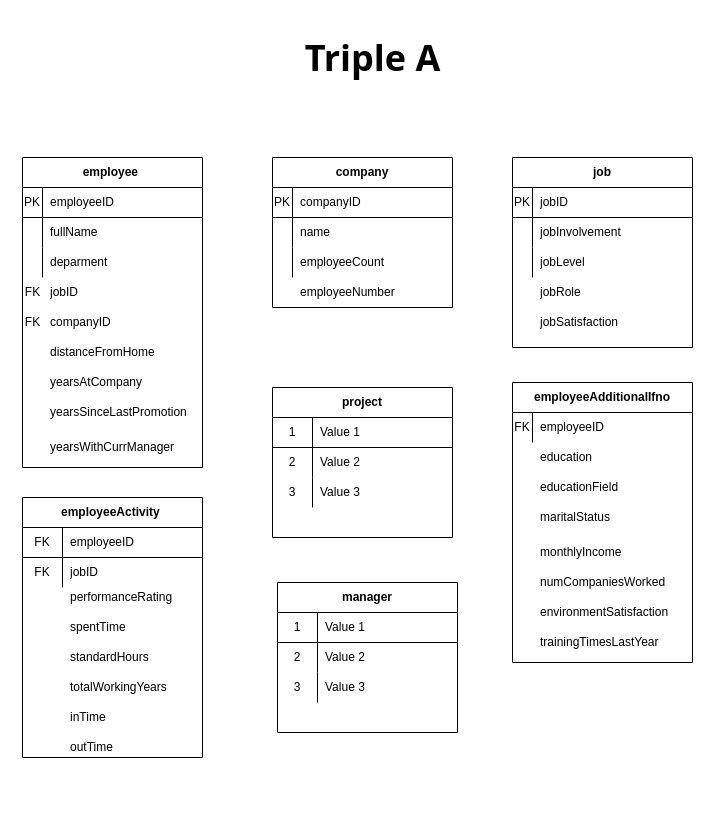
Above: data/ActivMonitoring.drawio in s3rikbaeva/Activ-monitoring (draw.io), before the change. Source tidied: cells renumbered, new cells numbered last; positions are measured from the earlier drawing's top-left corner, leaving out a move shared by most shapes. Both pictures are drawn from the tidied source at 100%, with x=0, y=0 at pixel (17, 17).
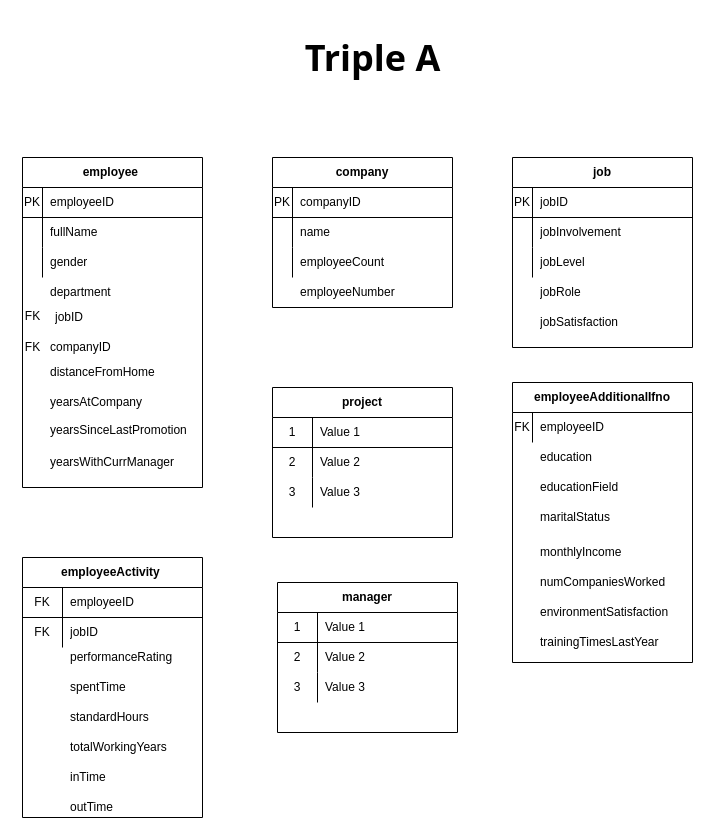
After the change.

Unchanged cells that the change refers to:
```xml
<mxCell id="9" style="shape=partialRectangle;html=1;whiteSpace=wrap;fillColor=none;top=0;left=0;bottom=0;right=0;" parent="2" vertex="1">
  <mxGeometry y="90" width="180" height="30" as="geometry" />
</mxCell>
```

Diff of the diagram source:
```diff
@@
     <mxCell id="2" value="employee&amp;nbsp;" style="shape=table;html=1;whiteSpace=wrap;startSize=30;childLayout=tableLayout;rowLines=0;fontStyle=1;align=center;" parent="1" vertex="1">
-      <mxGeometry x="5" y="140" width="180" height="310" as="geometry" />
+      <mxGeometry x="5" y="140" width="180" height="330" as="geometry" />
     </mxCell>
@@
-    <mxCell id="11" value="deparment&amp;nbsp;" style="shape=partialRectangle;html=1;whiteSpace=wrap;fillColor=none;top=0;left=0;bottom=0;right=0;align=left;spacingLeft=6;overflow=hidden;" parent="9" vertex="1">
+    <mxCell id="11" value="gender" style="shape=partialRectangle;html=1;whiteSpace=wrap;fillColor=none;top=0;left=0;bottom=0;right=0;align=left;spacingLeft=6;overflow=hidden;" parent="9" vertex="1">
       <mxGeometry x="20" width="160" height="30" as="geometry" />
     </mxCell>
@@
     <mxCell id="38" style="shape=partialRectangle;html=1;whiteSpace=wrap;fillColor=none;top=0;left=0;bottom=0;right=0;align=left;spacingLeft=6;overflow=hidden;" parent="1" vertex="1">
-      <mxGeometry x="30" y="265" width="160" height="30" as="geometry" />
+      <mxGeometry x="30" y="280" width="160" height="15" as="geometry" />
     </mxCell>
     <mxCell id="39" value="distanceFromHome" style="shape=partialRectangle;html=1;whiteSpace=wrap;fillColor=none;top=0;left=0;bottom=0;right=0;align=left;spacingLeft=6;overflow=hidden;" parent="1" vertex="1">
-      <mxGeometry x="25" y="320" width="160" height="30" as="geometry" />
+      <mxGeometry x="25" y="345" width="160" height="20" as="geometry" />
     </mxCell>
@@
     <mxCell id="50" value="performanceRating" style="shape=partialRectangle;html=1;whiteSpace=wrap;fillColor=none;top=0;left=0;bottom=0;right=0;align=left;spacingLeft=6;overflow=hidden;" parent="1" vertex="1">
-      <mxGeometry x="45" y="570" width="160" height="20" as="geometry" />
+      <mxGeometry x="45" y="630" width="160" height="20" as="geometry" />
     </mxCell>
     <mxCell id="51" value="standardHours" style="shape=partialRectangle;html=1;whiteSpace=wrap;fillColor=none;top=0;left=0;bottom=0;right=0;align=left;spacingLeft=6;overflow=hidden;" parent="1" vertex="1">
-      <mxGeometry x="45" y="630" width="160" height="20" as="geometry" />
+      <mxGeometry x="45" y="690" width="160" height="20" as="geometry" />
     </mxCell>
     <mxCell id="52" value="totalWorkingYears" style="shape=partialRectangle;html=1;whiteSpace=wrap;fillColor=none;top=0;left=0;bottom=0;right=0;align=left;spacingLeft=6;overflow=hidden;" parent="1" vertex="1">
-      <mxGeometry x="45" y="660" width="160" height="20" as="geometry" />
+      <mxGeometry x="45" y="720" width="160" height="20" as="geometry" />
     </mxCell>
@@
     <mxCell id="54" value="yearsAtCompany" style="shape=partialRectangle;html=1;whiteSpace=wrap;fillColor=none;top=0;left=0;bottom=0;right=0;align=left;spacingLeft=6;overflow=hidden;" parent="1" vertex="1">
-      <mxGeometry x="25" y="355" width="160" height="20" as="geometry" />
+      <mxGeometry x="25" y="375" width="160" height="20" as="geometry" />
     </mxCell>
     <mxCell id="55" value="yearsSinceLastPromotion" style="shape=partialRectangle;html=1;whiteSpace=wrap;fillColor=none;top=0;left=0;bottom=0;right=0;align=left;spacingLeft=6;overflow=hidden;" parent="1" vertex="1">
-      <mxGeometry x="25" y="385" width="160" height="20" as="geometry" />
+      <mxGeometry x="25" y="400" width="160" height="25" as="geometry" />
     </mxCell>
     <mxCell id="56" value="yearsWithCurrManager" style="shape=partialRectangle;html=1;whiteSpace=wrap;fillColor=none;top=0;left=0;bottom=0;right=0;align=left;spacingLeft=6;overflow=hidden;" parent="1" vertex="1">
-      <mxGeometry x="25" y="420" width="160" height="20" as="geometry" />
+      <mxGeometry x="25" y="435" width="160" height="20" as="geometry" />
     </mxCell>
     <mxCell id="57" value="jobID" style="shape=partialRectangle;html=1;whiteSpace=wrap;fillColor=none;top=0;left=0;bottom=0;right=0;align=left;spacingLeft=6;overflow=hidden;" parent="1" vertex="1">
-      <mxGeometry x="25" y="260" width="160" height="30" as="geometry" />
+      <mxGeometry x="30" y="290" width="150" height="17.5" as="geometry" />
     </mxCell>
@@
     <mxCell id="60" value="FK" style="text;html=1;align=center;verticalAlign=middle;" parent="1" vertex="1">
-      <mxGeometry y="265" width="30" height="20" as="geometry" />
+      <mxGeometry y="288.8" width="30" height="20" as="geometry" />
     </mxCell>
     <mxCell id="61" value="companyID" style="shape=partialRectangle;html=1;whiteSpace=wrap;fillColor=none;top=0;left=0;bottom=0;right=0;align=left;spacingLeft=6;overflow=hidden;" parent="1" vertex="1">
-      <mxGeometry x="25" y="290" width="160" height="30" as="geometry" />
+      <mxGeometry x="25" y="320" width="160" height="20" as="geometry" />
     </mxCell>
     <mxCell id="62" value="FK" style="text;html=1;align=center;verticalAlign=middle;" parent="1" vertex="1">
-      <mxGeometry y="295" width="30" height="20" as="geometry" />
+      <mxGeometry y="320" width="30" height="20" as="geometry" />
     </mxCell>
     <mxCell id="63" value="employeeActivity&amp;nbsp;" style="shape=table;html=1;whiteSpace=wrap;startSize=30;childLayout=tableLayout;rowLines=0;fontStyle=1;align=center;" parent="1" vertex="1">
-      <mxGeometry x="5" y="480" width="180" height="260" as="geometry" />
+      <mxGeometry x="5" y="540" width="180" height="260" as="geometry" />
     </mxCell>
@@
     <mxCell id="70" value="spentTime" style="shape=partialRectangle;html=1;whiteSpace=wrap;fillColor=none;top=0;left=0;bottom=0;right=0;align=left;spacingLeft=6;overflow=hidden;" parent="1" vertex="1">
-      <mxGeometry x="45" y="600" width="160" height="20" as="geometry" />
+      <mxGeometry x="45" y="660" width="160" height="20" as="geometry" />
     </mxCell>
     <mxCell id="71" value="inTime" style="shape=partialRectangle;html=1;whiteSpace=wrap;fillColor=none;top=0;left=0;bottom=0;right=0;align=left;spacingLeft=6;overflow=hidden;" parent="1" vertex="1">
-      <mxGeometry x="45" y="690" width="160" height="20" as="geometry" />
+      <mxGeometry x="45" y="750" width="160" height="20" as="geometry" />
     </mxCell>
     <mxCell id="72" value="outTime" style="shape=partialRectangle;html=1;whiteSpace=wrap;fillColor=none;top=0;left=0;bottom=0;right=0;align=left;spacingLeft=6;overflow=hidden;" parent="1" vertex="1">
-      <mxGeometry x="45" y="720" width="160" height="20" as="geometry" />
+      <mxGeometry x="45" y="780" width="160" height="20" as="geometry" />
     </mxCell>
@@
+    <mxCell id="94" value="department" style="shape=partialRectangle;html=1;whiteSpace=wrap;fillColor=none;top=0;left=0;bottom=0;right=0;align=left;spacingLeft=6;overflow=hidden;" parent="1" vertex="1">
+      <mxGeometry x="25" y="265" width="160" height="20" as="geometry" />
+    </mxCell>
```
